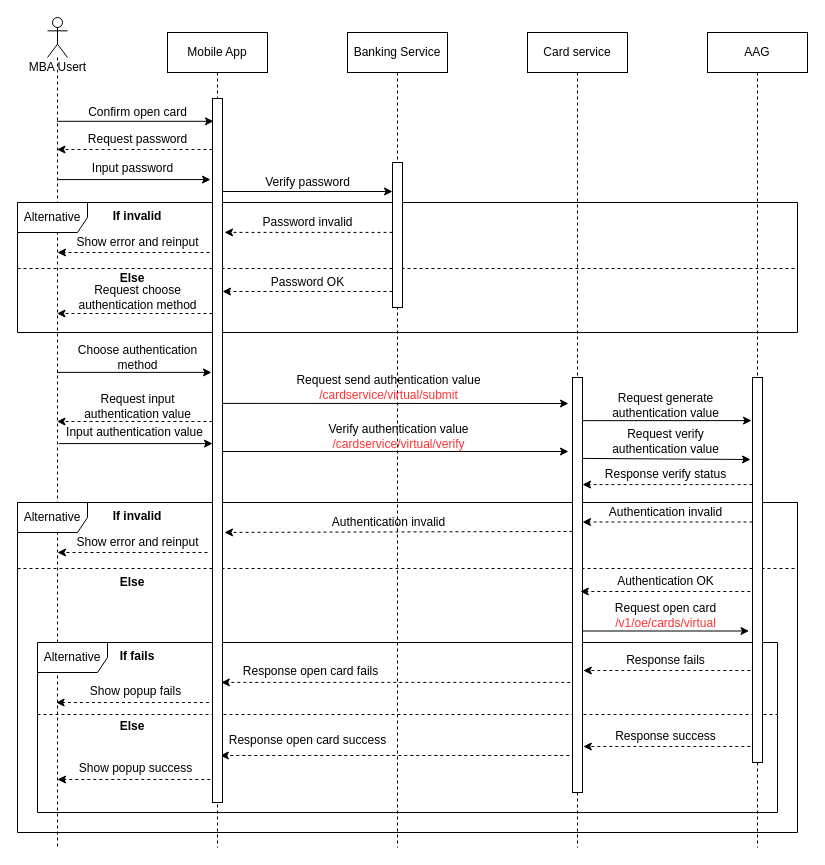
Above: page "Open-card-confirm" (4 of 15) of Sequence Diagram.drawio in lyminh1994/diagram (draw.io), before the change. Source tidied: cells renumbered, new cells numbered last; positions are measured from the earlier drawing's top-left corner, leaving out a move shared by most shapes. Both pictures are drawn from the tidied source at 100%, with x=0, y=0 at pixel (17, 17).
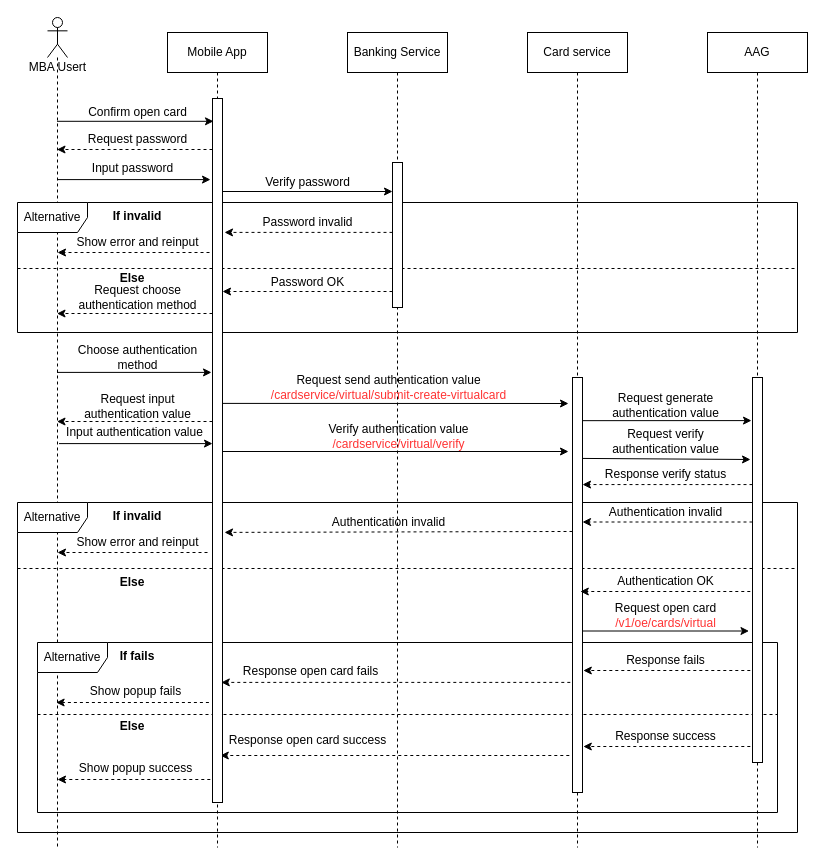
The same diagram, later.

Diff of the diagram source:
```diff
@@
-    <mxCell id="30" value="Request send authentication value&lt;br&gt;&lt;span style=&quot;color: rgb(255 , 51 , 51)&quot;&gt;/cardservice/virtual/submit&lt;/span&gt;" style="text;html=1;align=center;verticalAlign=middle;strokeColor=none;fontSize=12;" parent="1" vertex="1">
-      <mxGeometry x="271" y="355" width="200" height="30" as="geometry" />
+    <mxCell id="30" value="Request send authentication value&lt;br&gt;&lt;span style=&quot;color: rgb(255 , 51 , 51)&quot;&gt;/cardservice/virtual/submit-create-virtualcard&lt;/span&gt;" style="text;html=1;align=center;verticalAlign=middle;strokeColor=none;fontSize=12;" parent="1" vertex="1">
+      <mxGeometry x="246" y="355" width="250" height="30" as="geometry" />
     </mxCell>
```
